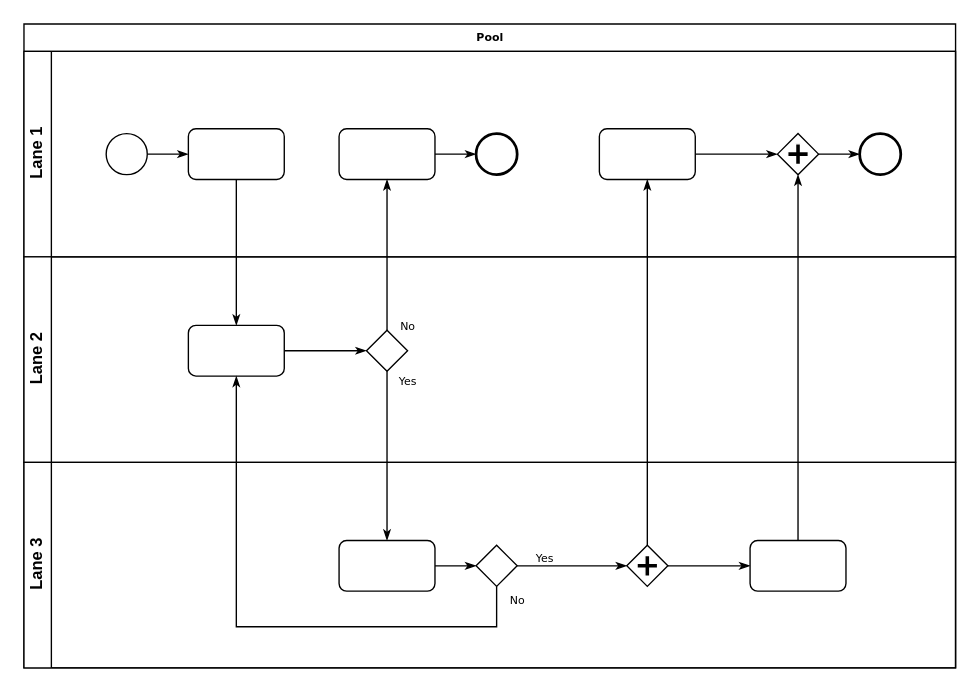
Above: Диаграмма без названия.drawio in andrew-bykov/taskio (draw.io), before the change. Source tidied: cells renumbered, new cells numbered last; positions are measured from the earlier drawing's top-left corner, leaving out a move shared by most shapes. Both pictures are drawn from the tidied source at 137%, with x=0, y=0 at pixel (23, 23).
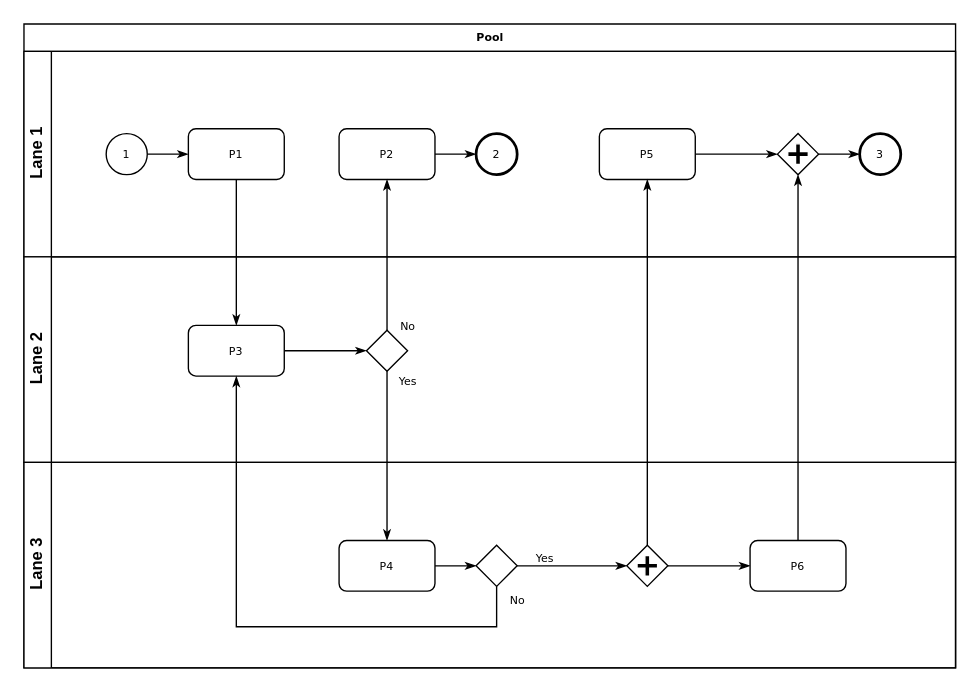
After the change.

The change refers to these unchanged cells:
```xml
<mxCell id="3" value="Lane 1" style="swimlane;html=1;startSize=20;horizontal=0;" parent="2" vertex="1">
  <mxGeometry y="20" width="680" height="150" as="geometry" />
</mxCell>
<mxCell id="15" value="Lane 2" style="swimlane;html=1;startSize=20;horizontal=0;" parent="2" vertex="1">
  <mxGeometry y="170" width="680" height="150" as="geometry" />
</mxCell>
<mxCell id="19" value="Lane 3" style="swimlane;html=1;startSize=20;horizontal=0;" parent="2" vertex="1">
  <mxGeometry y="320" width="680" height="150" as="geometry" />
</mxCell>
```

The edit, as a diff of the source:
```diff
@@
-    <mxCell id="5" style="ellipse;whiteSpace=wrap;html=1;rounded=0;shadow=0;labelBackgroundColor=none;strokeWidth=1;fontFamily=Verdana;fontSize=8;align=center;" parent="3" vertex="1">
+    <mxCell id="5" value="1" style="ellipse;whiteSpace=wrap;html=1;rounded=0;shadow=0;labelBackgroundColor=none;strokeWidth=1;fontFamily=Verdana;fontSize=8;align=center;" parent="3" vertex="1">
       <mxGeometry x="60" y="60" width="30" height="30" as="geometry" />
     </mxCell>
-    <mxCell id="6" style="rounded=1;whiteSpace=wrap;html=1;shadow=0;labelBackgroundColor=none;strokeWidth=1;fontFamily=Verdana;fontSize=8;align=center;" parent="3" vertex="1">
+    <mxCell id="6" value="P1" style="rounded=1;whiteSpace=wrap;html=1;shadow=0;labelBackgroundColor=none;strokeWidth=1;fontFamily=Verdana;fontSize=8;align=center;" parent="3" vertex="1">
       <mxGeometry x="120" y="56.5" width="70" height="37" as="geometry" />
     </mxCell>
@@
-    <mxCell id="8" style="rounded=1;whiteSpace=wrap;html=1;shadow=0;labelBackgroundColor=none;strokeWidth=1;fontFamily=Verdana;fontSize=8;align=center;" parent="3" vertex="1">
+    <mxCell id="8" value="P2" style="rounded=1;whiteSpace=wrap;html=1;shadow=0;labelBackgroundColor=none;strokeWidth=1;fontFamily=Verdana;fontSize=8;align=center;" parent="3" vertex="1">
       <mxGeometry x="230" y="56.5" width="70" height="37" as="geometry" />
     </mxCell>
-    <mxCell id="9" style="ellipse;whiteSpace=wrap;html=1;rounded=0;shadow=0;labelBackgroundColor=none;strokeWidth=2;fontFamily=Verdana;fontSize=8;align=center;" parent="3" vertex="1">
+    <mxCell id="9" value="2" style="ellipse;whiteSpace=wrap;html=1;rounded=0;shadow=0;labelBackgroundColor=none;strokeWidth=2;fontFamily=Verdana;fontSize=8;align=center;" parent="3" vertex="1">
       <mxGeometry x="330" y="60" width="30" height="30" as="geometry" />
     </mxCell>
@@
-    <mxCell id="11" style="rounded=1;whiteSpace=wrap;html=1;shadow=0;labelBackgroundColor=none;strokeWidth=1;fontFamily=Verdana;fontSize=8;align=center;" parent="3" vertex="1">
+    <mxCell id="11" value="P5" style="rounded=1;whiteSpace=wrap;html=1;shadow=0;labelBackgroundColor=none;strokeWidth=1;fontFamily=Verdana;fontSize=8;align=center;" parent="3" vertex="1">
       <mxGeometry x="420" y="56.5" width="70" height="37" as="geometry" />
     </mxCell>
@@
-    <mxCell id="14" style="ellipse;whiteSpace=wrap;html=1;rounded=0;shadow=0;labelBackgroundColor=none;strokeWidth=2;fontFamily=Verdana;fontSize=8;align=center;" parent="3" vertex="1">
+    <mxCell id="14" value="3" style="ellipse;whiteSpace=wrap;html=1;rounded=0;shadow=0;labelBackgroundColor=none;strokeWidth=2;fontFamily=Verdana;fontSize=8;align=center;" parent="3" vertex="1">
       <mxGeometry x="610" y="60" width="30" height="30" as="geometry" />
     </mxCell>
@@
-    <mxCell id="17" style="rounded=1;whiteSpace=wrap;html=1;shadow=0;labelBackgroundColor=none;strokeWidth=1;fontFamily=Verdana;fontSize=8;align=center;" parent="15" vertex="1">
+    <mxCell id="17" value="P3" style="rounded=1;whiteSpace=wrap;html=1;shadow=0;labelBackgroundColor=none;strokeWidth=1;fontFamily=Verdana;fontSize=8;align=center;" parent="15" vertex="1">
       <mxGeometry x="120" y="50" width="70" height="37" as="geometry" />
     </mxCell>
@@
-    <mxCell id="21" style="rounded=1;whiteSpace=wrap;html=1;shadow=0;labelBackgroundColor=none;strokeWidth=1;fontFamily=Verdana;fontSize=8;align=center;" parent="19" vertex="1">
+    <mxCell id="21" value="P4" style="rounded=1;whiteSpace=wrap;html=1;shadow=0;labelBackgroundColor=none;strokeWidth=1;fontFamily=Verdana;fontSize=8;align=center;" parent="19" vertex="1">
       <mxGeometry x="230" y="57" width="70" height="37" as="geometry" />
     </mxCell>
@@
-    <mxCell id="26" style="rounded=1;whiteSpace=wrap;html=1;shadow=0;labelBackgroundColor=none;strokeWidth=1;fontFamily=Verdana;fontSize=8;align=center;" parent="19" vertex="1">
+    <mxCell id="26" value="P6" style="rounded=1;whiteSpace=wrap;html=1;shadow=0;labelBackgroundColor=none;strokeWidth=1;fontFamily=Verdana;fontSize=8;align=center;" parent="19" vertex="1">
       <mxGeometry x="530" y="57" width="70" height="37" as="geometry" />
     </mxCell>
```
